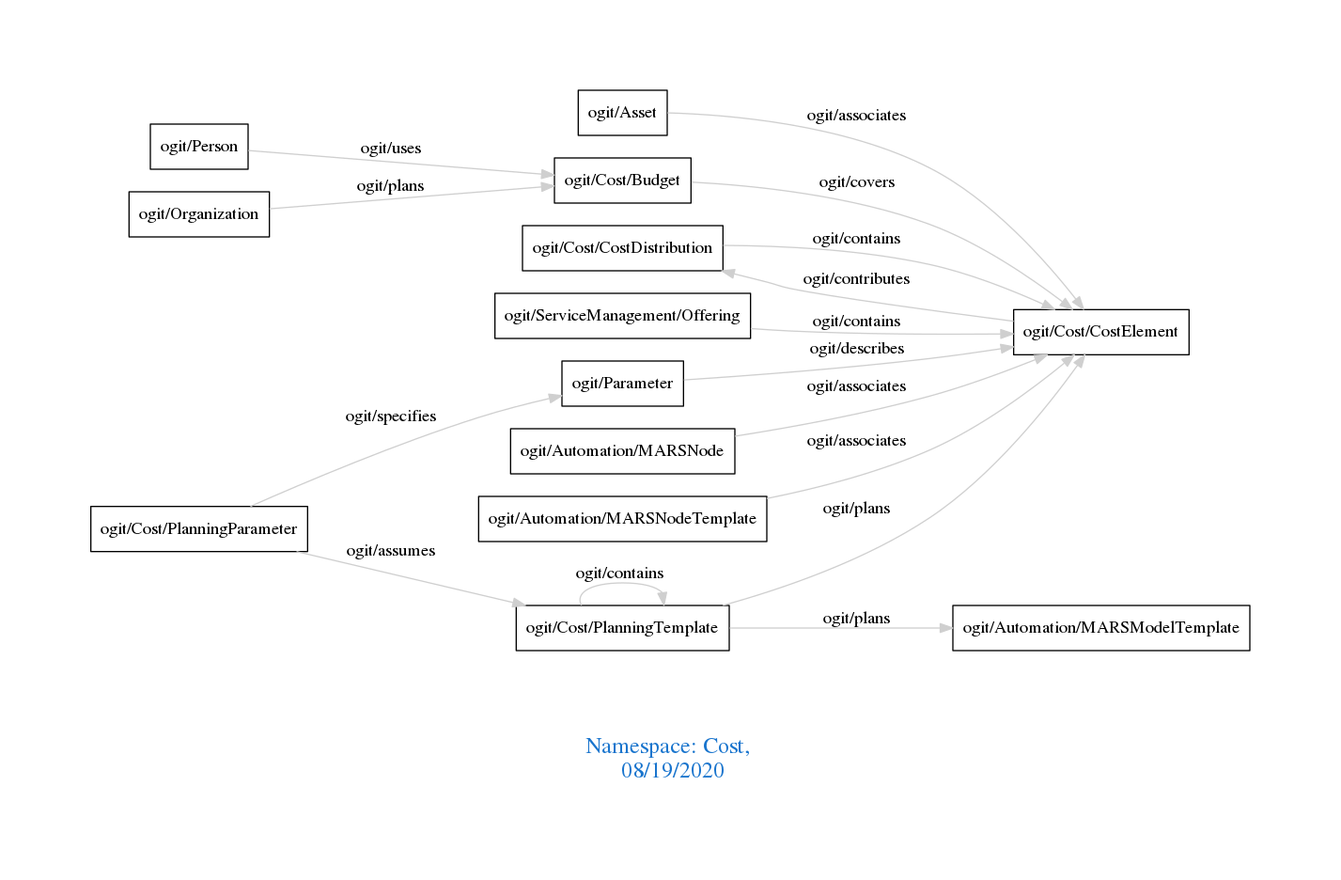
Earlier version of the Graphviz export downloads/Cost.png (arago/OGIT). Its source is kept beside it as downloads/Cost.dot.
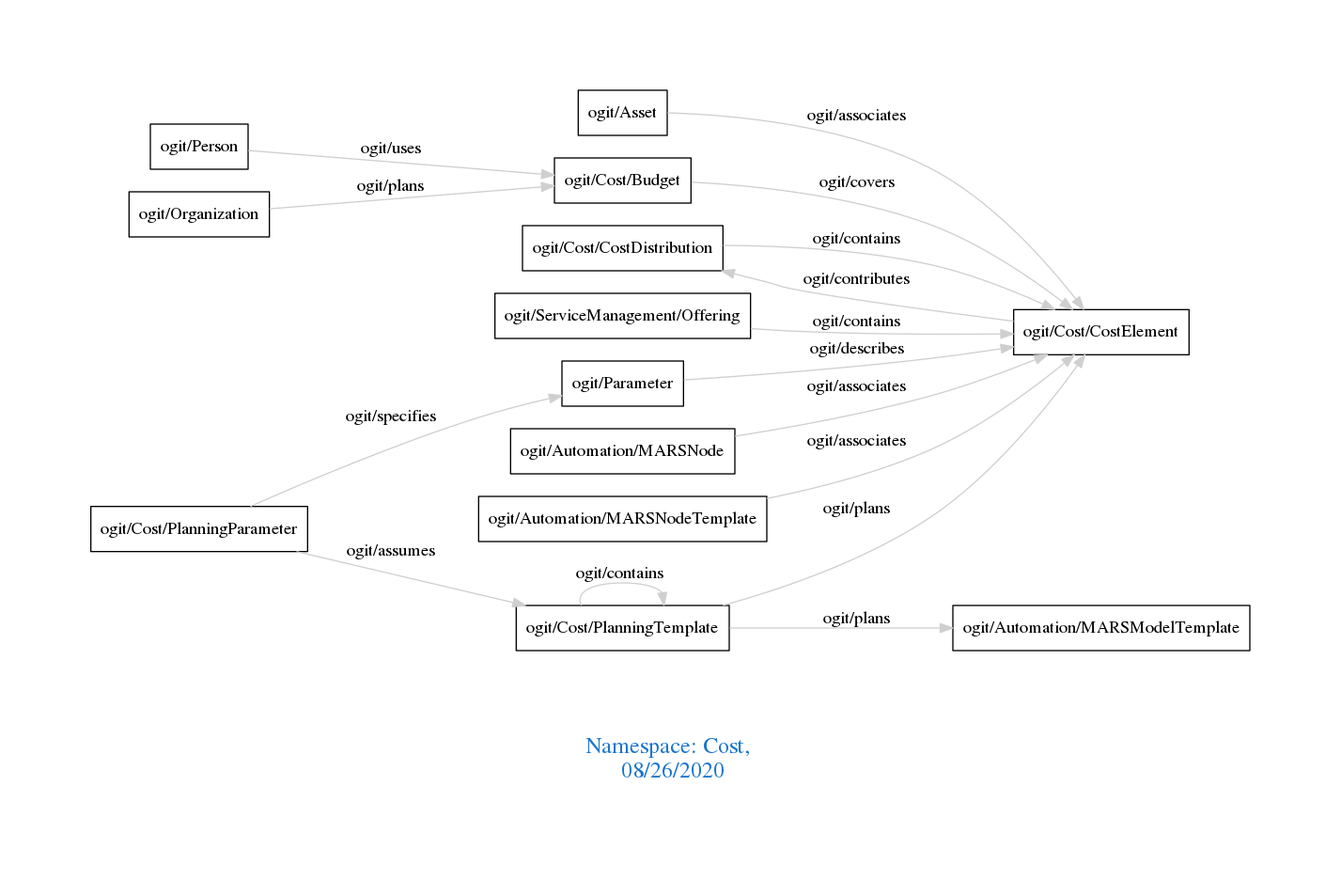
After the commit.

The edit, as a diff of the source:
```diff
@@ -1,7 +1,7 @@
 digraph OGIT_ontology {
  graph [ rankdir= LR,pad=1
 fontsize = 18,
-fontcolor= dodgerblue3,label = "\n\n\nNamespace: Cost, \n 08/19/2020"];
+fontcolor= dodgerblue3,label = "\n\n\nNamespace: Cost, \n 08/26/2020"];
 node[shape=polygon];
 edge [  color="gray81"];
 
```
